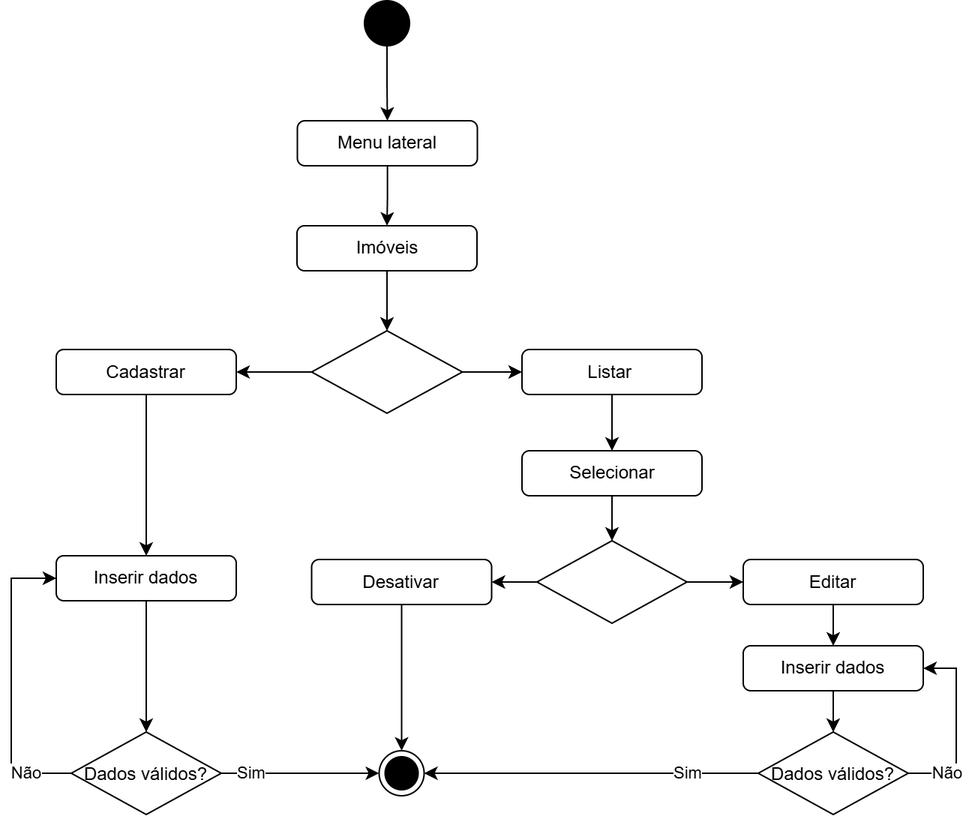
israel-bsi/realtyhub keeps this draw.io diagram as Diagramas/atividades/png/atv_imoveis.drawio.png. Above is the earlier version. Source tidied: cells renumbered, new cells last; positions are measured from the earlier drawing's top-left corner, leaving out a move shared by most shapes.
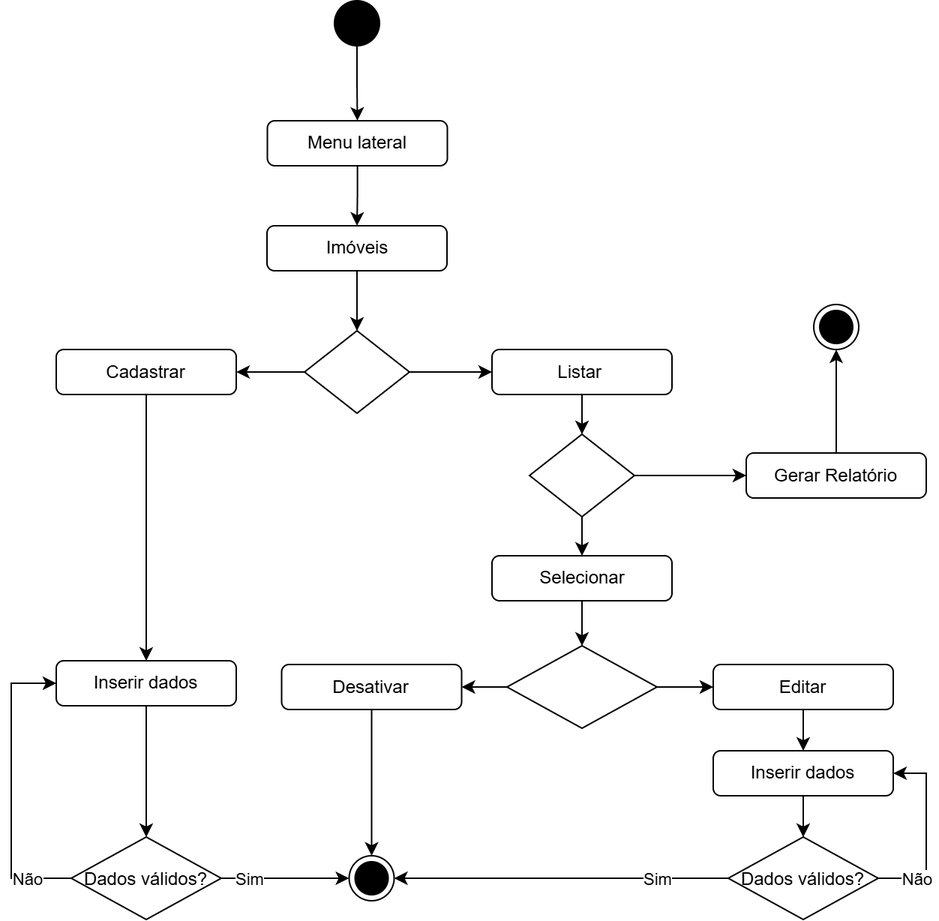
The same diagram one commit later.

What changed in the source:
```diff
@@ -2,139 +2,157 @@
   <root>
     <mxCell id="0" />
     <mxCell id="1" parent="0" />
-    <mxCell id="2" style="edgeStyle=orthogonalEdgeStyle;rounded=0;jettySize=auto;html=1;entryX=0.5;entryY=0;entryDx=0;entryDy=0;" parent="1" edge="1" source="3" target="6">
-      <mxGeometry relative="1" as="geometry" />
-    </mxCell>
+    <mxCell id="39" style="edgeStyle=orthogonalEdgeStyle;rounded=0;jettySize=auto;html=1;entryX=0.5;entryY=0;entryDx=0;entryDy=0;" parent="1" edge="1" source="3" target="42">
+      <mxGeometry relative="1" as="geometry" />
+    </mxCell>
     <mxCell id="3" value="Imóveis&lt;div&gt;&lt;/div&gt;" style="html=1;align=center;verticalAlign=middle;rounded=1;absoluteArcSize=1;arcSize=10;dashed=0;whiteSpace=wrap;" parent="1" vertex="1">
-      <mxGeometry x="190.5" y="150" width="120" height="30" as="geometry" />
+      <mxGeometry x="1250.5" y="730" width="120" height="30" as="geometry" />
     </mxCell>
-    <mxCell id="4" style="edgeStyle=orthogonalEdgeStyle;rounded=0;jettySize=auto;html=1;entryX=0;entryY=0.5;entryDx=0;entryDy=0;" parent="1" edge="1" source="6" target="12">
-      <mxGeometry relative="1" as="geometry" />
-    </mxCell>
-    <mxCell id="5" style="edgeStyle=orthogonalEdgeStyle;rounded=0;jettySize=auto;html=1;entryX=1;entryY=0.5;entryDx=0;entryDy=0;" parent="1" edge="1" source="6" target="8">
-      <mxGeometry relative="1" as="geometry" />
-    </mxCell>
-    <mxCell id="6" style="rhombus;" parent="1" vertex="1">
-      <mxGeometry x="200.2" y="220" width="100.5" height="55" as="geometry" />
-    </mxCell>
-    <mxCell id="7" style="edgeStyle=orthogonalEdgeStyle;rounded=0;jettySize=auto;html=1;entryX=0.5;entryY=0;entryDx=0;entryDy=0;" parent="1" edge="1" source="8" target="23">
-      <mxGeometry relative="1" as="geometry" />
-    </mxCell>
+    <mxCell id="40" style="edgeStyle=orthogonalEdgeStyle;rounded=0;jettySize=auto;html=1;entryX=0;entryY=0.5;entryDx=0;entryDy=0;" parent="1" edge="1" source="42" target="12">
+      <mxGeometry relative="1" as="geometry" />
+    </mxCell>
+    <mxCell id="41" style="edgeStyle=orthogonalEdgeStyle;rounded=0;jettySize=auto;html=1;entryX=1;entryY=0.5;entryDx=0;entryDy=0;" parent="1" edge="1" source="42" target="8">
+      <mxGeometry relative="1" as="geometry" />
+    </mxCell>
+    <mxCell id="42" style="rhombus;" parent="1" vertex="1">
+      <mxGeometry x="1275.5" y="800" width="70" height="55" as="geometry" />
+    </mxCell>
+    <mxCell id="43" style="edgeStyle=orthogonalEdgeStyle;rounded=0;jettySize=auto;html=1;entryX=0.5;entryY=0;entryDx=0;entryDy=0;" parent="1" edge="1" source="8" target="54">
+      <mxGeometry relative="1" as="geometry" />
+    </mxCell>
     <mxCell id="8" value="&lt;div&gt;Cadastrar&lt;/div&gt;&lt;div&gt;&lt;/div&gt;" style="html=1;align=center;verticalAlign=middle;rounded=1;absoluteArcSize=1;arcSize=10;dashed=0;whiteSpace=wrap;" parent="1" vertex="1">
-      <mxGeometry x="30" y="232.5" width="120" height="30" as="geometry" />
+      <mxGeometry x="1110" y="812.5" width="120" height="30" as="geometry" />
     </mxCell>
-    <mxCell id="9" style="edgeStyle=orthogonalEdgeStyle;rounded=0;jettySize=auto;html=1;entryX=0.5;entryY=0;entryDx=0;entryDy=0;" parent="1" edge="1" source="10" target="38">
-      <mxGeometry relative="1" as="geometry" />
-    </mxCell>
-    <mxCell id="10" style="ellipse;fillColor=strokeColor;html=1;" parent="1" vertex="1">
-      <mxGeometry x="235.5" width="30" height="30" as="geometry" />
-    </mxCell>
-    <mxCell id="11" style="edgeStyle=orthogonalEdgeStyle;rounded=0;jettySize=auto;html=1;entryX=0.5;entryY=0;entryDx=0;entryDy=0;" parent="1" edge="1" source="12" target="21">
-      <mxGeometry relative="1" as="geometry" />
-    </mxCell>
+    <mxCell id="44" style="edgeStyle=orthogonalEdgeStyle;rounded=0;jettySize=auto;html=1;entryX=0.5;entryY=0;entryDx=0;entryDy=0;" parent="1" edge="1" source="45" target="38">
+      <mxGeometry relative="1" as="geometry" />
+    </mxCell>
+    <mxCell id="45" style="ellipse;fillColor=strokeColor;html=1;" parent="1" vertex="1">
+      <mxGeometry x="1295.5" y="580" width="30" height="30" as="geometry" />
+    </mxCell>
+    <mxCell id="46" style="edgeStyle=orthogonalEdgeStyle;rounded=0;jettySize=auto;html=1;" parent="1" edge="1" source="12" target="70">
+      <mxGeometry relative="1" as="geometry" />
+    </mxCell>
     <mxCell id="12" value="&lt;div&gt;&lt;span style=&quot;background-color: initial;&quot;&gt;Listar&amp;nbsp;&lt;/span&gt;&lt;br&gt;&lt;/div&gt;&lt;div&gt;&lt;/div&gt;" style="html=1;align=center;verticalAlign=middle;rounded=1;absoluteArcSize=1;arcSize=10;dashed=0;whiteSpace=wrap;" parent="1" vertex="1">
-      <mxGeometry x="340.5" y="232.5" width="120" height="30" as="geometry" />
+      <mxGeometry x="1400.5" y="812.5" width="120" height="30" as="geometry" />
     </mxCell>
-    <mxCell id="13" style="edgeStyle=orthogonalEdgeStyle;rounded=0;jettySize=auto;html=1;entryX=0;entryY=0.5;entryDx=0;entryDy=0;" parent="1" edge="1" source="15" target="19">
-      <mxGeometry relative="1" as="geometry" />
-    </mxCell>
-    <mxCell id="14" style="edgeStyle=orthogonalEdgeStyle;rounded=0;jettySize=auto;html=1;entryX=1;entryY=0.5;entryDx=0;entryDy=0;" parent="1" edge="1" source="15" target="17">
-      <mxGeometry relative="1" as="geometry" />
-    </mxCell>
-    <mxCell id="15" style="rhombus;" parent="1" vertex="1">
-      <mxGeometry x="350.5" y="360" width="100" height="55" as="geometry" />
-    </mxCell>
-    <mxCell id="16" style="edgeStyle=orthogonalEdgeStyle;rounded=0;jettySize=auto;html=1;entryX=0.5;entryY=0;entryDx=0;entryDy=0;" parent="1" edge="1" source="17" target="24">
-      <mxGeometry relative="1" as="geometry" />
-    </mxCell>
+    <mxCell id="47" style="edgeStyle=orthogonalEdgeStyle;rounded=0;jettySize=auto;html=1;entryX=0;entryY=0.5;entryDx=0;entryDy=0;" parent="1" edge="1" source="49" target="19">
+      <mxGeometry relative="1" as="geometry" />
+    </mxCell>
+    <mxCell id="48" style="edgeStyle=orthogonalEdgeStyle;rounded=0;jettySize=auto;html=1;entryX=1;entryY=0.5;entryDx=0;entryDy=0;" parent="1" edge="1" source="49" target="17">
+      <mxGeometry relative="1" as="geometry" />
+    </mxCell>
+    <mxCell id="49" style="rhombus;" parent="1" vertex="1">
+      <mxGeometry x="1410.5" y="1010" width="100" height="55" as="geometry" />
+    </mxCell>
+    <mxCell id="50" style="edgeStyle=orthogonalEdgeStyle;rounded=0;jettySize=auto;html=1;entryX=0.5;entryY=0;entryDx=0;entryDy=0;" parent="1" edge="1" source="17" target="55">
+      <mxGeometry relative="1" as="geometry" />
+    </mxCell>
     <mxCell id="17" value="&lt;div&gt;Desativar&lt;/div&gt;&lt;div&gt;&lt;/div&gt;" style="html=1;align=center;verticalAlign=middle;rounded=1;absoluteArcSize=1;arcSize=10;dashed=0;whiteSpace=wrap;" parent="1" vertex="1">
-      <mxGeometry x="200.2" y="372.5" width="120" height="30" as="geometry" />
+      <mxGeometry x="1260.2" y="1022.5" width="120" height="30" as="geometry" />
     </mxCell>
-    <mxCell id="18" style="edgeStyle=orthogonalEdgeStyle;rounded=0;jettySize=auto;html=1;entryX=0.5;entryY=0;entryDx=0;entryDy=0;" parent="1" edge="1" source="19" target="31">
-      <mxGeometry relative="1" as="geometry" />
-    </mxCell>
+    <mxCell id="51" style="edgeStyle=orthogonalEdgeStyle;rounded=0;jettySize=auto;html=1;entryX=0.5;entryY=0;entryDx=0;entryDy=0;" parent="1" edge="1" source="19" target="62">
+      <mxGeometry relative="1" as="geometry" />
+    </mxCell>
     <mxCell id="19" value="&lt;div&gt;Editar&lt;/div&gt;&lt;div&gt;&lt;/div&gt;" style="html=1;align=center;verticalAlign=middle;rounded=1;absoluteArcSize=1;arcSize=10;dashed=0;whiteSpace=wrap;" parent="1" vertex="1">
-      <mxGeometry x="488" y="372.5" width="120" height="30" as="geometry" />
+      <mxGeometry x="1548" y="1022.5" width="120" height="30" as="geometry" />
     </mxCell>
-    <mxCell id="20" style="edgeStyle=orthogonalEdgeStyle;rounded=0;jettySize=auto;html=1;entryX=0.5;entryY=0;entryDx=0;entryDy=0;" parent="1" edge="1" source="21" target="15">
-      <mxGeometry relative="1" as="geometry" />
-    </mxCell>
+    <mxCell id="52" style="edgeStyle=orthogonalEdgeStyle;rounded=0;jettySize=auto;html=1;entryX=0.5;entryY=0;entryDx=0;entryDy=0;" parent="1" edge="1" source="21" target="49">
+      <mxGeometry relative="1" as="geometry" />
+    </mxCell>
     <mxCell id="21" value="&lt;div&gt;Selecionar&lt;/div&gt;&lt;div&gt;&lt;/div&gt;" style="html=1;align=center;verticalAlign=middle;rounded=1;absoluteArcSize=1;arcSize=10;dashed=0;whiteSpace=wrap;" parent="1" vertex="1">
-      <mxGeometry x="340.5" y="300" width="120" height="30" as="geometry" />
+      <mxGeometry x="1400.5" y="950" width="120" height="30" as="geometry" />
     </mxCell>
-    <mxCell id="22" style="edgeStyle=orthogonalEdgeStyle;rounded=0;jettySize=auto;html=1;entryX=0.5;entryY=0;entryDx=0;entryDy=0;" parent="1" edge="1" source="23" target="29">
-      <mxGeometry relative="1" as="geometry" />
-    </mxCell>
-    <mxCell id="23" value="&lt;div&gt;Inserir dados&lt;/div&gt;&lt;div&gt;&lt;/div&gt;" style="html=1;align=center;verticalAlign=middle;rounded=1;absoluteArcSize=1;arcSize=10;dashed=0;whiteSpace=wrap;" parent="1" vertex="1">
-      <mxGeometry x="30" y="370" width="120" height="30" as="geometry" />
-    </mxCell>
-    <mxCell id="24" style="ellipse;html=1;shape=endState;fillColor=strokeColor;" parent="1" vertex="1">
-      <mxGeometry x="245.2" y="500" width="30" height="30" as="geometry" />
-    </mxCell>
-    <mxCell id="25" style="edgeStyle=orthogonalEdgeStyle;rounded=0;jettySize=auto;html=1;entryX=0;entryY=0.5;entryDx=0;entryDy=0;" parent="1" edge="1" source="29" target="23">
-      <mxGeometry relative="1" as="geometry">
-        <Array as="points">
-          <mxPoint y="515" />
-          <mxPoint y="385" />
-        </Array>
-      </mxGeometry>
-    </mxCell>
-    <mxCell id="26" value="Não" style="edgeLabel;html=1;align=center;verticalAlign=middle;" parent="25" vertex="1">
-      <mxGeometry x="-0.7" y="-2" relative="1" as="geometry">
-        <mxPoint y="2" as="offset" />
-      </mxGeometry>
-    </mxCell>
-    <mxCell id="27" style="edgeStyle=orthogonalEdgeStyle;rounded=0;jettySize=auto;html=1;entryX=0;entryY=0.5;entryDx=0;entryDy=0;" parent="1" edge="1" source="29" target="24">
-      <mxGeometry relative="1" as="geometry">
-        <Array as="points">
-          <mxPoint x="140" y="515" />
-          <mxPoint x="140" y="515" />
-        </Array>
-      </mxGeometry>
-    </mxCell>
-    <mxCell id="28" value="Sim" style="edgeLabel;html=1;align=center;verticalAlign=middle;" parent="27" vertex="1">
-      <mxGeometry x="-0.79" relative="1" as="geometry">
-        <mxPoint x="9" as="offset" />
-      </mxGeometry>
-    </mxCell>
-    <mxCell id="29" value="Dados válidos?" style="rhombus;" parent="1" vertex="1">
-      <mxGeometry x="40" y="487.5" width="100" height="55" as="geometry" />
-    </mxCell>
-    <mxCell id="30" style="edgeStyle=orthogonalEdgeStyle;rounded=0;jettySize=auto;html=1;entryX=0.5;entryY=0;entryDx=0;entryDy=0;" parent="1" edge="1" source="31" target="36">
-      <mxGeometry relative="1" as="geometry" />
-    </mxCell>
-    <mxCell id="31" value="&lt;div&gt;Inserir dados&lt;/div&gt;&lt;div&gt;&lt;/div&gt;" style="html=1;align=center;verticalAlign=middle;rounded=1;absoluteArcSize=1;arcSize=10;dashed=0;whiteSpace=wrap;" parent="1" vertex="1">
-      <mxGeometry x="488" y="430" width="120" height="30" as="geometry" />
-    </mxCell>
-    <mxCell id="32" style="edgeStyle=orthogonalEdgeStyle;rounded=0;jettySize=auto;html=1;entryX=1;entryY=0.5;entryDx=0;entryDy=0;" parent="1" edge="1" source="36" target="31">
-      <mxGeometry relative="1" as="geometry">
-        <Array as="points">
-          <mxPoint x="630" y="515" />
-          <mxPoint x="630" y="445" />
-        </Array>
-      </mxGeometry>
-    </mxCell>
-    <mxCell id="33" value="Não" style="edgeLabel;html=1;align=center;verticalAlign=middle;" parent="32" vertex="1">
-      <mxGeometry x="-0.79" y="2" relative="1" as="geometry">
-        <mxPoint x="12" y="2" as="offset" />
-      </mxGeometry>
-    </mxCell>
-    <mxCell id="34" style="edgeStyle=orthogonalEdgeStyle;rounded=0;jettySize=auto;html=1;entryX=1;entryY=0.5;entryDx=0;entryDy=0;" parent="1" edge="1" source="36" target="24">
-      <mxGeometry relative="1" as="geometry" />
-    </mxCell>
-    <mxCell id="35" value="Sim" style="edgeLabel;html=1;align=center;verticalAlign=middle;" parent="34" vertex="1">
-      <mxGeometry x="-0.64" y="2" relative="1" as="geometry">
-        <mxPoint x="-7" y="-2" as="offset" />
-      </mxGeometry>
-    </mxCell>
-    <mxCell id="36" value="Dados válidos?" style="rhombus;" parent="1" vertex="1">
-      <mxGeometry x="498" y="487.5" width="100" height="55" as="geometry" />
-    </mxCell>
+    <mxCell id="53" style="edgeStyle=orthogonalEdgeStyle;rounded=0;jettySize=auto;html=1;entryX=0.5;entryY=0;entryDx=0;entryDy=0;" parent="1" edge="1" source="54" target="60">
+      <mxGeometry relative="1" as="geometry" />
+    </mxCell>
+    <mxCell id="54" value="&lt;div&gt;Inserir dados&lt;/div&gt;&lt;div&gt;&lt;/div&gt;" style="html=1;align=center;verticalAlign=middle;rounded=1;absoluteArcSize=1;arcSize=10;dashed=0;whiteSpace=wrap;" parent="1" vertex="1">
+      <mxGeometry x="1110" y="1020" width="120" height="30" as="geometry" />
+    </mxCell>
+    <mxCell id="55" style="ellipse;html=1;shape=endState;fillColor=strokeColor;" parent="1" vertex="1">
+      <mxGeometry x="1305.2" y="1150" width="30" height="30" as="geometry" />
+    </mxCell>
+    <mxCell id="56" style="edgeStyle=orthogonalEdgeStyle;rounded=0;jettySize=auto;html=1;entryX=0;entryY=0.5;entryDx=0;entryDy=0;" parent="1" edge="1" source="60" target="54">
+      <mxGeometry relative="1" as="geometry">
+        <Array as="points">
+          <mxPoint x="1080" y="1165" />
+          <mxPoint x="1080" y="1035" />
+        </Array>
+      </mxGeometry>
+    </mxCell>
+    <mxCell id="57" value="Não" style="edgeLabel;html=1;align=center;verticalAlign=middle;" parent="56" vertex="1">
+      <mxGeometry x="-0.7" y="-2" relative="1" as="geometry">
+        <mxPoint y="2" as="offset" />
+      </mxGeometry>
+    </mxCell>
+    <mxCell id="58" style="edgeStyle=orthogonalEdgeStyle;rounded=0;jettySize=auto;html=1;entryX=0;entryY=0.5;entryDx=0;entryDy=0;" parent="1" edge="1" source="60" target="55">
+      <mxGeometry relative="1" as="geometry">
+        <Array as="points">
+          <mxPoint x="1200" y="1165" />
+          <mxPoint x="1200" y="1165" />
+        </Array>
+      </mxGeometry>
+    </mxCell>
+    <mxCell id="59" value="Sim" style="edgeLabel;html=1;align=center;verticalAlign=middle;" parent="58" vertex="1">
+      <mxGeometry x="-0.79" relative="1" as="geometry">
+        <mxPoint x="9" as="offset" />
+      </mxGeometry>
+    </mxCell>
+    <mxCell id="60" value="Dados válidos?" style="rhombus;" parent="1" vertex="1">
+      <mxGeometry x="1120" y="1137.5" width="100" height="55" as="geometry" />
+    </mxCell>
+    <mxCell id="61" style="edgeStyle=orthogonalEdgeStyle;rounded=0;jettySize=auto;html=1;entryX=0.5;entryY=0;entryDx=0;entryDy=0;" parent="1" edge="1" source="62" target="67">
+      <mxGeometry relative="1" as="geometry" />
+    </mxCell>
+    <mxCell id="62" value="&lt;div&gt;Inserir dados&lt;/div&gt;&lt;div&gt;&lt;/div&gt;" style="html=1;align=center;verticalAlign=middle;rounded=1;absoluteArcSize=1;arcSize=10;dashed=0;whiteSpace=wrap;" parent="1" vertex="1">
+      <mxGeometry x="1548" y="1080" width="120" height="30" as="geometry" />
+    </mxCell>
+    <mxCell id="63" style="edgeStyle=orthogonalEdgeStyle;rounded=0;jettySize=auto;html=1;entryX=1;entryY=0.5;entryDx=0;entryDy=0;" parent="1" edge="1" source="67" target="62">
+      <mxGeometry relative="1" as="geometry">
+        <Array as="points">
+          <mxPoint x="1690" y="1165" />
+          <mxPoint x="1690" y="1095" />
+        </Array>
+      </mxGeometry>
+    </mxCell>
+    <mxCell id="64" value="Não" style="edgeLabel;html=1;align=center;verticalAlign=middle;" parent="63" vertex="1">
+      <mxGeometry x="-0.79" y="2" relative="1" as="geometry">
+        <mxPoint x="12" y="2" as="offset" />
+      </mxGeometry>
+    </mxCell>
+    <mxCell id="65" style="edgeStyle=orthogonalEdgeStyle;rounded=0;jettySize=auto;html=1;entryX=1;entryY=0.5;entryDx=0;entryDy=0;" parent="1" edge="1" source="67" target="55">
+      <mxGeometry relative="1" as="geometry" />
+    </mxCell>
+    <mxCell id="66" value="Sim" style="edgeLabel;html=1;align=center;verticalAlign=middle;" parent="65" vertex="1">
+      <mxGeometry x="-0.64" y="2" relative="1" as="geometry">
+        <mxPoint x="-7" y="-2" as="offset" />
+      </mxGeometry>
+    </mxCell>
+    <mxCell id="67" value="Dados válidos?" style="rhombus;" parent="1" vertex="1">
+      <mxGeometry x="1558" y="1137.5" width="100" height="55" as="geometry" />
+    </mxCell>
     <mxCell id="37" style="edgeStyle=orthogonalEdgeStyle;rounded=0;jettySize=auto;html=1;entryX=0.5;entryY=0;entryDx=0;entryDy=0;" parent="1" edge="1" source="38" target="3">
       <mxGeometry relative="1" as="geometry" />
     </mxCell>
     <mxCell id="38" value="Menu lateral&lt;div&gt;&lt;/div&gt;" style="html=1;align=center;verticalAlign=middle;rounded=1;absoluteArcSize=1;arcSize=10;dashed=0;whiteSpace=wrap;" parent="1" vertex="1">
-      <mxGeometry x="190.8" y="80" width="120" height="30" as="geometry" />
+      <mxGeometry x="1250.8" y="660" width="120" height="30" as="geometry" />
     </mxCell>
+    <mxCell id="68" style="edgeStyle=orthogonalEdgeStyle;rounded=0;jettySize=auto;html=1;" parent="1" edge="1" source="70" target="21">
+      <mxGeometry relative="1" as="geometry" />
+    </mxCell>
+    <mxCell id="69" style="edgeStyle=orthogonalEdgeStyle;rounded=0;jettySize=auto;html=1;entryX=0;entryY=0.5;entryDx=0;entryDy=0;" parent="1" edge="1" source="70" target="72">
+      <mxGeometry relative="1" as="geometry" />
+    </mxCell>
+    <mxCell id="70" style="rhombus;" parent="1" vertex="1">
+      <mxGeometry x="1425.5" y="869" width="70" height="55" as="geometry" />
+    </mxCell>
+    <mxCell id="71" style="edgeStyle=orthogonalEdgeStyle;rounded=0;jettySize=auto;html=1;entryX=0.5;entryY=1;entryDx=0;entryDy=0;" parent="1" edge="1" source="72" target="73">
+      <mxGeometry relative="1" as="geometry" />
+    </mxCell>
+    <mxCell id="72" value="&lt;div&gt;&lt;span style=&quot;background-color: initial;&quot;&gt;Gerar Relatório&lt;/span&gt;&lt;br&gt;&lt;/div&gt;&lt;div&gt;&lt;/div&gt;" style="html=1;align=center;verticalAlign=middle;rounded=1;absoluteArcSize=1;arcSize=10;dashed=0;whiteSpace=wrap;" parent="1" vertex="1">
+      <mxGeometry x="1570" y="881.5" width="120" height="30" as="geometry" />
+    </mxCell>
+    <mxCell id="73" style="ellipse;html=1;shape=endState;fillColor=strokeColor;" parent="1" vertex="1">
+      <mxGeometry x="1615" y="782.5" width="30" height="30" as="geometry" />
+    </mxCell>
   </root>
 </mxGraphModel>
```
